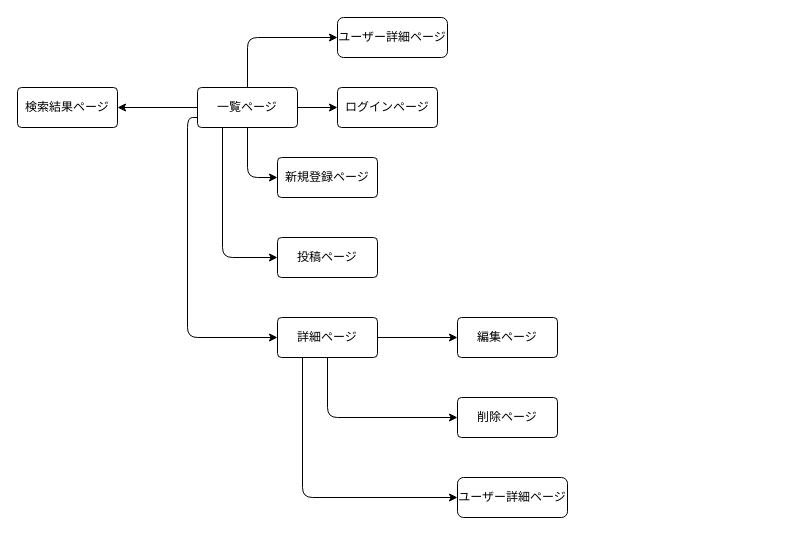
Earlier version of the draw.io diagram transition.dio (umeharaharuki/world_cook). Source tidied: cells renumbered, new cells numbered last; positions are measured from the earlier drawing's top-left corner, leaving out a move shared by most shapes. Both pictures are drawn from the tidied source at 100%, with x=0, y=0 at pixel (17, 17).
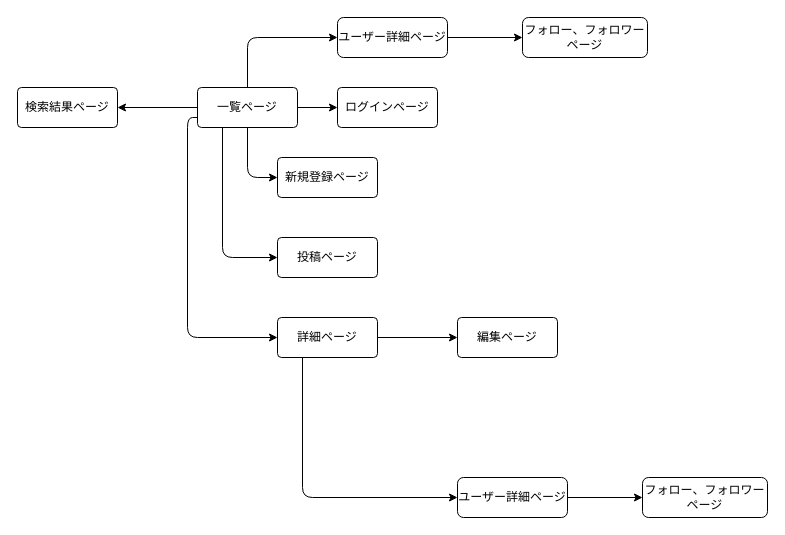
The same page after the edit.

The change refers to these unchanged cells:
```xml
<mxCell id="15" value="詳細ページ" style="rounded=1;arcSize=10;whiteSpace=wrap;html=1;align=center;" parent="1" vertex="1">
  <mxGeometry x="260" y="300" width="100" height="40" as="geometry" />
</mxCell>
<mxCell id="18" value="ユーザー詳細ページ" style="rounded=1;whiteSpace=wrap;html=1;" parent="1" vertex="1">
  <mxGeometry x="440" y="460" width="110" height="40" as="geometry" />
</mxCell>
<mxCell id="19" value="ユーザー詳細ページ" style="rounded=1;whiteSpace=wrap;html=1;" parent="1" vertex="1">
  <mxGeometry x="320" width="110" height="40" as="geometry" />
</mxCell>
```

What changed in the source:
```diff
@@
-    <mxCell id="14" style="edgeStyle=orthogonalEdgeStyle;html=1;exitX=0.5;exitY=1;exitDx=0;exitDy=0;entryX=0;entryY=0.5;entryDx=0;entryDy=0;" parent="1" edge="1" source="15" target="17">
-      <mxGeometry relative="1" as="geometry" />
-    </mxCell>
@@
-    <mxCell id="17" value="削除ページ" style="rounded=1;arcSize=10;whiteSpace=wrap;html=1;align=center;" parent="1" vertex="1">
-      <mxGeometry x="440" y="380" width="100" height="40" as="geometry" />
-    </mxCell>
+    <mxCell id="21" style="edgeStyle=none;html=1;" parent="1" edge="1" source="18" target="24">
+      <mxGeometry relative="1" as="geometry" />
+    </mxCell>
@@
+    <mxCell id="22" style="edgeStyle=none;html=1;" parent="1" edge="1" source="19" target="23">
+      <mxGeometry relative="1" as="geometry" />
+    </mxCell>
@@
+    <mxCell id="23" value="フォロー、フォロワーページ" style="rounded=1;whiteSpace=wrap;html=1;" parent="1" vertex="1">
+      <mxGeometry x="505" width="125" height="40" as="geometry" />
+    </mxCell>
+    <mxCell id="24" value="&lt;span&gt;フォロー、フォロワーページ&lt;/span&gt;" style="whiteSpace=wrap;html=1;rounded=1;" parent="1" vertex="1">
+      <mxGeometry x="625" y="460" width="125" height="40" as="geometry" />
+    </mxCell>
```
